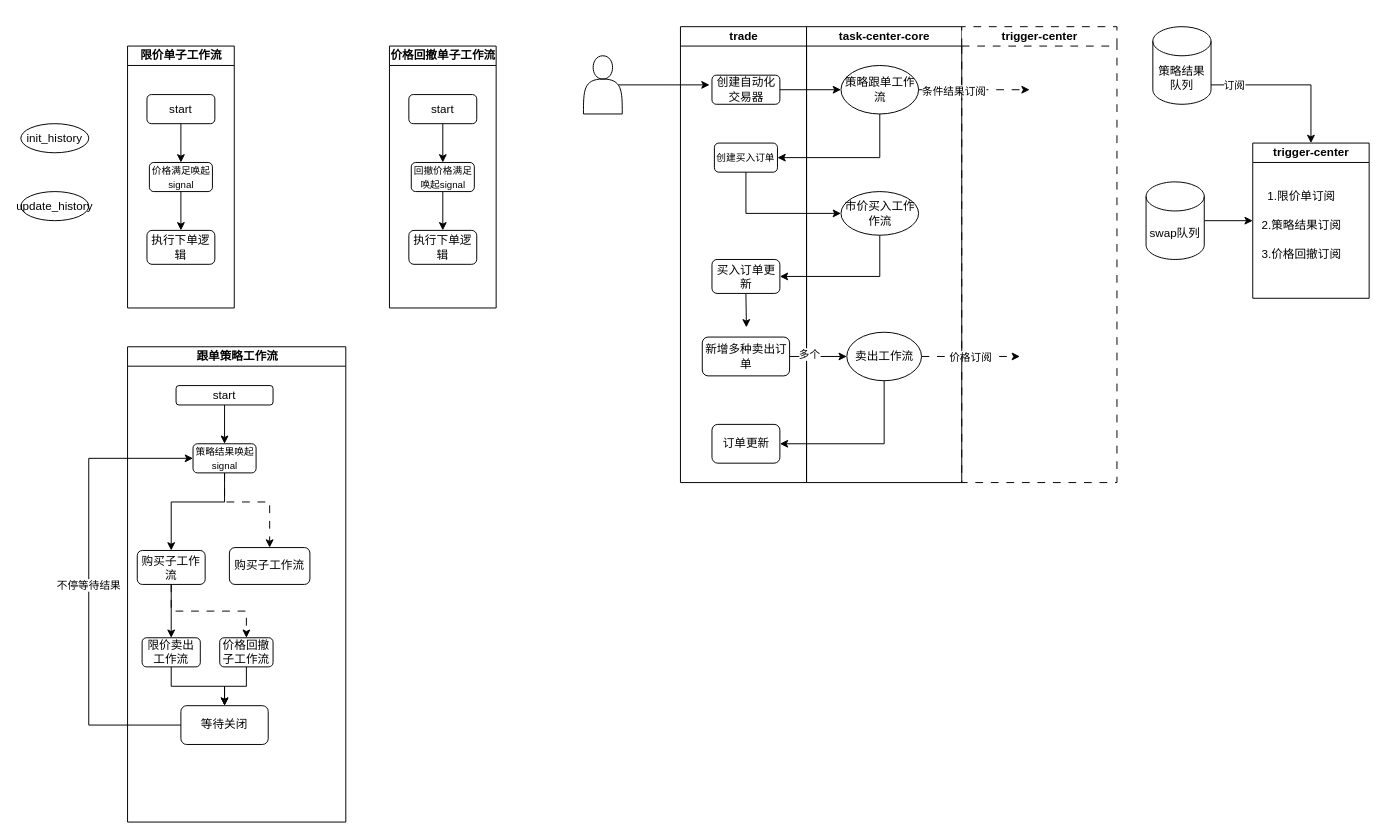
Above: 策略买入工作流.drawio in ZiHengLee/drawio (draw.io), before the change. Source tidied: cells renumbered, new cells numbered last; positions are measured from the earlier drawing's top-left corner, leaving out a move shared by most shapes. Both pictures are drawn from the tidied source at 97%, with x=0, y=0 at pixel (20, 26).
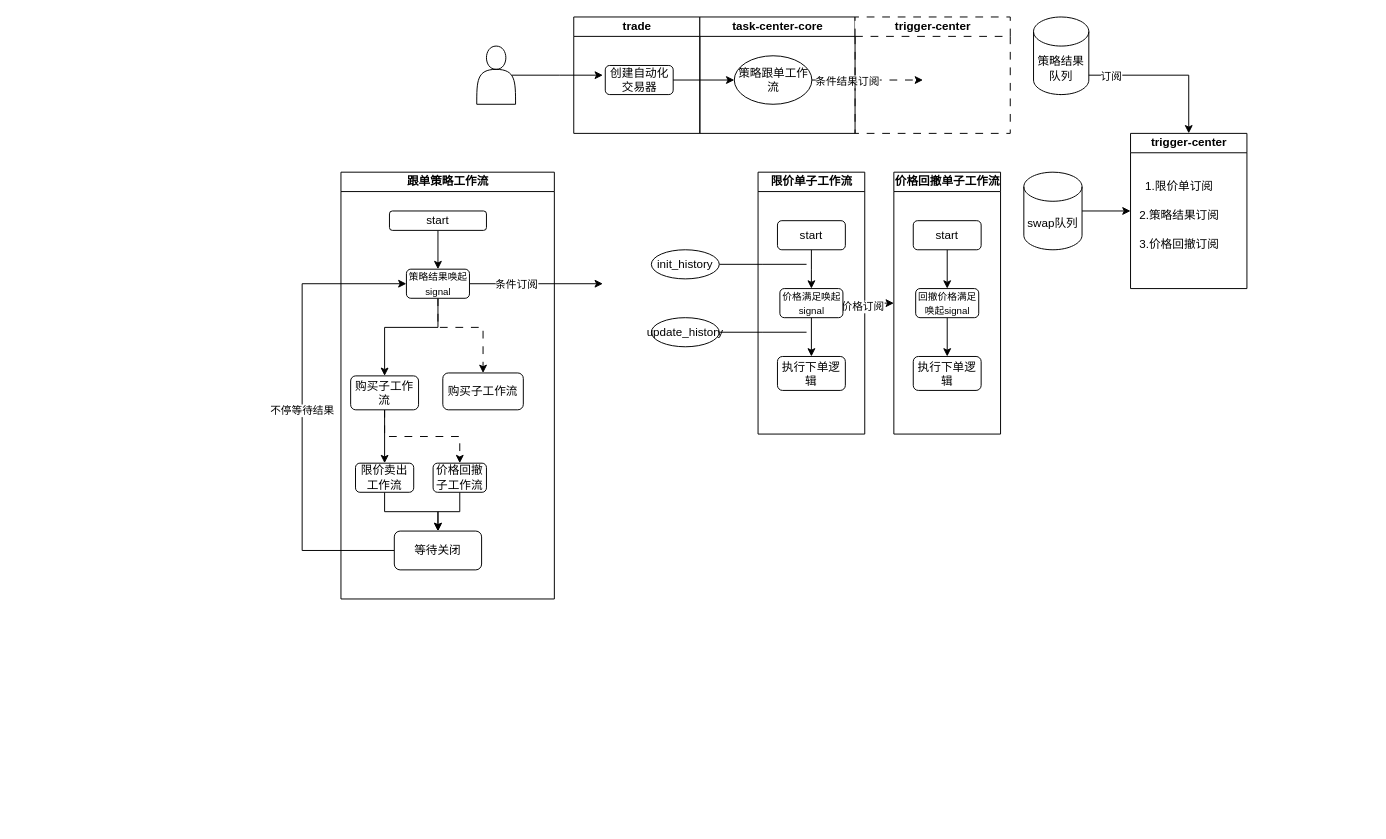
The same page after the edit.

Commit message:
更新策略买入工作流.drawio

Unchanged cells that the change refers to:
```xml
<mxCell id="17" value="策略跟单工作流" style="ellipse;whiteSpace=wrap;html=1;" parent="14" vertex="1">
  <mxGeometry x="35.5" y="40" width="80" height="50" as="geometry" />
</mxCell>
<mxCell id="28" value="&lt;span style=&quot;font-size: 10px;&quot;&gt;策略结果唤起signal&lt;/span&gt;" style="rounded=1;whiteSpace=wrap;html=1;" parent="23" vertex="1">
  <mxGeometry x="67.5" y="100" width="65" height="30" as="geometry" />
</mxCell>
<mxCell id="43" value="&lt;span style=&quot;font-size: 10px;&quot;&gt;价格满足唤起signal&lt;/span&gt;" style="rounded=1;whiteSpace=wrap;html=1;" parent="39" vertex="1">
  <mxGeometry x="22.5" y="120" width="65" height="30" as="geometry" />
</mxCell>
```

The edit, as a diff of the source:
```diff
@@
     <mxCell id="2" style="edgeStyle=orthogonalEdgeStyle;rounded=0;jettySize=auto;html=1;exitX=0.9;exitY=0.5;exitDx=0;exitDy=0;exitPerimeter=0;" parent="1" edge="1" source="3">
       <mxGeometry relative="1" as="geometry">
-        <mxPoint x="710" y="60" as="targetPoint" />
+        <mxPoint x="600" y="50" as="targetPoint" />
       </mxGeometry>
     </mxCell>
     <mxCell id="3" style="shape=actor;whiteSpace=wrap;html=1;" parent="1" vertex="1">
-      <mxGeometry x="580" y="30" width="40" height="60" as="geometry" />
+      <mxGeometry x="470" y="20" width="40" height="60" as="geometry" />
     </mxCell>
     <mxCell id="4" style="edgeStyle=orthogonalEdgeStyle;rounded=0;jettySize=auto;html=1;exitX=0.5;exitY=1;exitDx=0;exitDy=0;exitPerimeter=0;entryX=0.5;entryY=0;entryDx=0;entryDy=0;" parent="1" edge="1" source="6" target="51">
       <mxGeometry relative="1" as="geometry">
         <Array as="points">
-          <mxPoint x="1197" y="60" />
-          <mxPoint x="1330" y="60" />
+          <mxPoint x="1071" y="50" />
+          <mxPoint x="1204" y="50" />
         </Array>
       </mxGeometry>
     </mxCell>
@@
     <mxCell id="6" value="策略结果队列" style="shape=cylinder3;whiteSpace=wrap;html=1;boundedLbl=1;backgroundOutline=1;size=15;" parent="1" vertex="1">
-      <mxGeometry x="1167" width="60" height="80" as="geometry" />
+      <mxGeometry x="1044" y="-10" width="57" height="80" as="geometry" />
     </mxCell>
     <mxCell id="7" value="trade" style="swimlane;startSize=20;html=1;" parent="1" vertex="1">
-      <mxGeometry x="680" width="130" height="470" as="geometry" />
+      <mxGeometry x="570" y="-10" width="130" height="120" as="geometry" />
     </mxCell>
@@
-    <mxCell id="9" value="&lt;span style=&quot;font-size: 10px;&quot;&gt;创建买入订单&lt;/span&gt;" style="rounded=1;whiteSpace=wrap;html=1;" parent="7" vertex="1">
-      <mxGeometry x="35" y="120" width="65" height="30" as="geometry" />
-    </mxCell>
-    <mxCell id="10" style="edgeStyle=orthogonalEdgeStyle;rounded=0;jettySize=auto;html=1;exitX=0.5;exitY=1;exitDx=0;exitDy=0;" parent="7" edge="1" source="11">
-      <mxGeometry relative="1" as="geometry">
-        <mxPoint x="68" y="310" as="targetPoint" />
-      </mxGeometry>
-    </mxCell>
-    <mxCell id="11" value="买入订单更新" style="rounded=1;whiteSpace=wrap;html=1;" parent="7" vertex="1">
-      <mxGeometry x="32.5" y="240" width="70" height="35" as="geometry" />
-    </mxCell>
-    <mxCell id="12" value="新增多种卖出订单" style="rounded=1;whiteSpace=wrap;html=1;" parent="7" vertex="1">
-      <mxGeometry x="22.5" y="320" width="90" height="40" as="geometry" />
-    </mxCell>
-    <mxCell id="13" value="订单更新" style="rounded=1;whiteSpace=wrap;html=1;" parent="7" vertex="1">
-      <mxGeometry x="32.5" y="410" width="70" height="40" as="geometry" />
-    </mxCell>
     <mxCell id="14" value="task-center-core" style="swimlane;startSize=20;html=1;" parent="1" vertex="1">
-      <mxGeometry x="810" width="160" height="470" as="geometry" />
+      <mxGeometry x="700" y="-10" width="160" height="120" as="geometry" />
     </mxCell>
@@
-    <mxCell id="18" value="市价买入工作作流" style="ellipse;whiteSpace=wrap;html=1;" parent="14" vertex="1">
-      <mxGeometry x="35.5" y="170" width="80" height="45" as="geometry" />
-    </mxCell>
-    <mxCell id="19" value="价格订阅" style="edgeStyle=orthogonalEdgeStyle;rounded=0;jettySize=auto;html=1;exitX=1;exitY=0.5;exitDx=0;exitDy=0;dashed=1;dashPattern=8 8;" parent="14" edge="1" source="20">
-      <mxGeometry relative="1" as="geometry">
-        <mxPoint x="220" y="340" as="targetPoint" />
-      </mxGeometry>
-    </mxCell>
-    <mxCell id="20" value="卖出工作流" style="ellipse;whiteSpace=wrap;html=1;" parent="14" vertex="1">
-      <mxGeometry x="41.5" y="315" width="77" height="50" as="geometry" />
-    </mxCell>
-    <mxCell id="21" style="edgeStyle=orthogonalEdgeStyle;rounded=0;jettySize=auto;html=1;exitX=0.5;exitY=1;exitDx=0;exitDy=0;entryX=0;entryY=0.5;entryDx=0;entryDy=0;" parent="1" edge="1" source="9" target="18">
-      <mxGeometry relative="1" as="geometry" />
-    </mxCell>
-    <mxCell id="22" style="edgeStyle=orthogonalEdgeStyle;rounded=0;jettySize=auto;html=1;exitX=0.5;exitY=1;exitDx=0;exitDy=0;entryX=1;entryY=0.5;entryDx=0;entryDy=0;" parent="1" edge="1" source="18" target="11">
-      <mxGeometry relative="1" as="geometry" />
-    </mxCell>
     <mxCell id="23" value="跟单策略工作流" style="swimlane;startSize=20;html=1;" parent="1" vertex="1">
-      <mxGeometry x="110" y="330" width="225" height="490" as="geometry" />
+      <mxGeometry x="330" y="150" width="220" height="440" as="geometry" />
     </mxCell>
@@
+    <mxCell id="65" style="edgeStyle=orthogonalEdgeStyle;rounded=0;jettySize=auto;html=1;exitX=1;exitY=0.5;exitDx=0;exitDy=0;" parent="23" edge="1" source="28">
+      <mxGeometry relative="1" as="geometry">
+        <mxPoint x="270" y="115" as="targetPoint" />
+      </mxGeometry>
+    </mxCell>
+    <mxCell id="66" value="条件订阅" style="edgeLabel;html=1;align=center;verticalAlign=middle;" parent="65" vertex="1">
+      <mxGeometry x="-0.3" relative="1" as="geometry" />
+    </mxCell>
@@
     <mxCell id="39" value="限价单子工作流" style="swimlane;startSize=20;html=1;" parent="1" vertex="1">
-      <mxGeometry x="110" y="20" width="110" height="270" as="geometry" />
+      <mxGeometry x="760" y="150" width="110" height="270" as="geometry" />
     </mxCell>
@@
+    <mxCell id="67" style="edgeStyle=orthogonalEdgeStyle;rounded=0;jettySize=auto;html=1;exitX=1;exitY=0.5;exitDx=0;exitDy=0;" parent="39" edge="1" source="43">
+      <mxGeometry relative="1" as="geometry">
+        <mxPoint x="140" y="135" as="targetPoint" />
+      </mxGeometry>
+    </mxCell>
+    <mxCell id="19" value="价格订阅" style="edgeLabel;html=1;align=center;verticalAlign=middle;" parent="67" vertex="1">
+      <mxGeometry x="-0.26" y="-3" relative="1" as="geometry" />
+    </mxCell>
@@
     <mxCell id="45" value="价格回撤单子工作流" style="swimlane;startSize=20;html=1;" parent="1" vertex="1">
-      <mxGeometry x="380" y="20" width="110" height="270" as="geometry" />
+      <mxGeometry x="900" y="150" width="110" height="270" as="geometry" />
     </mxCell>
@@
     <mxCell id="51" value="trigger-center" style="swimlane;startSize=20;html=1;" parent="1" vertex="1">
-      <mxGeometry x="1270" y="120" width="120" height="160" as="geometry" />
+      <mxGeometry x="1144" y="110" width="120" height="160" as="geometry" />
     </mxCell>
@@
     <mxCell id="56" value="swap队列" style="shape=cylinder3;whiteSpace=wrap;html=1;boundedLbl=1;backgroundOutline=1;size=15;" parent="1" vertex="1">
-      <mxGeometry x="1160" y="160" width="60" height="80" as="geometry" />
+      <mxGeometry x="1034" y="150" width="60" height="80" as="geometry" />
     </mxCell>
@@
     <mxCell id="58" value="trigger-center" style="swimlane;startSize=20;html=1;dashed=1;dashPattern=8 8;" parent="1" vertex="1">
-      <mxGeometry x="970" width="160" height="470" as="geometry" />
+      <mxGeometry x="860" y="-10" width="160" height="120" as="geometry" />
     </mxCell>
-    <mxCell id="59" style="edgeStyle=orthogonalEdgeStyle;rounded=0;jettySize=auto;html=1;exitX=0.5;exitY=1;exitDx=0;exitDy=0;entryX=1;entryY=0.5;entryDx=0;entryDy=0;" parent="1" edge="1" source="17" target="9">
-      <mxGeometry relative="1" as="geometry" />
-    </mxCell>
-    <mxCell id="60" style="edgeStyle=orthogonalEdgeStyle;rounded=0;jettySize=auto;html=1;exitX=1;exitY=0.5;exitDx=0;exitDy=0;entryX=0;entryY=0.5;entryDx=0;entryDy=0;" parent="1" edge="1" source="12" target="20">
-      <mxGeometry relative="1" as="geometry" />
-    </mxCell>
-    <mxCell id="61" value="多个" style="edgeLabel;html=1;align=center;verticalAlign=middle;" parent="60" vertex="1">
-      <mxGeometry x="-0.34" y="3" relative="1" as="geometry">
-        <mxPoint x="1" as="offset" />
-      </mxGeometry>
-    </mxCell>
-    <mxCell id="62" style="edgeStyle=orthogonalEdgeStyle;rounded=0;jettySize=auto;html=1;exitX=0.5;exitY=1;exitDx=0;exitDy=0;entryX=1;entryY=0.5;entryDx=0;entryDy=0;" parent="1" edge="1" source="20" target="13">
-      <mxGeometry relative="1" as="geometry" />
-    </mxCell>
+    <mxCell id="68" style="edgeStyle=orthogonalEdgeStyle;rounded=0;jettySize=auto;html=1;exitX=1;exitY=0.5;exitDx=0;exitDy=0;shape=wire;dashed=1;endArrow=none;endFill=0;" parent="1" edge="1" source="63">
+      <mxGeometry relative="1" as="geometry">
+        <mxPoint x="810" y="245" as="targetPoint" />
+      </mxGeometry>
+    </mxCell>
     <mxCell id="63" value="init_history" style="ellipse;whiteSpace=wrap;html=1;" parent="1" vertex="1">
-      <mxGeometry y="100" width="70" height="30" as="geometry" />
+      <mxGeometry x="650" y="230" width="70" height="30" as="geometry" />
     </mxCell>
+    <mxCell id="69" style="edgeStyle=orthogonalEdgeStyle;rounded=0;jettySize=auto;html=1;exitX=1;exitY=0.5;exitDx=0;exitDy=0;endArrow=none;endFill=0;" parent="1" edge="1" source="64">
+      <mxGeometry relative="1" as="geometry">
+        <mxPoint x="810" y="315" as="targetPoint" />
+      </mxGeometry>
+    </mxCell>
     <mxCell id="64" value="update_history" style="ellipse;whiteSpace=wrap;html=1;" parent="1" vertex="1">
-      <mxGeometry y="170" width="70" height="30" as="geometry" />
+      <mxGeometry x="650" y="300" width="70" height="30" as="geometry" />
     </mxCell>
```
